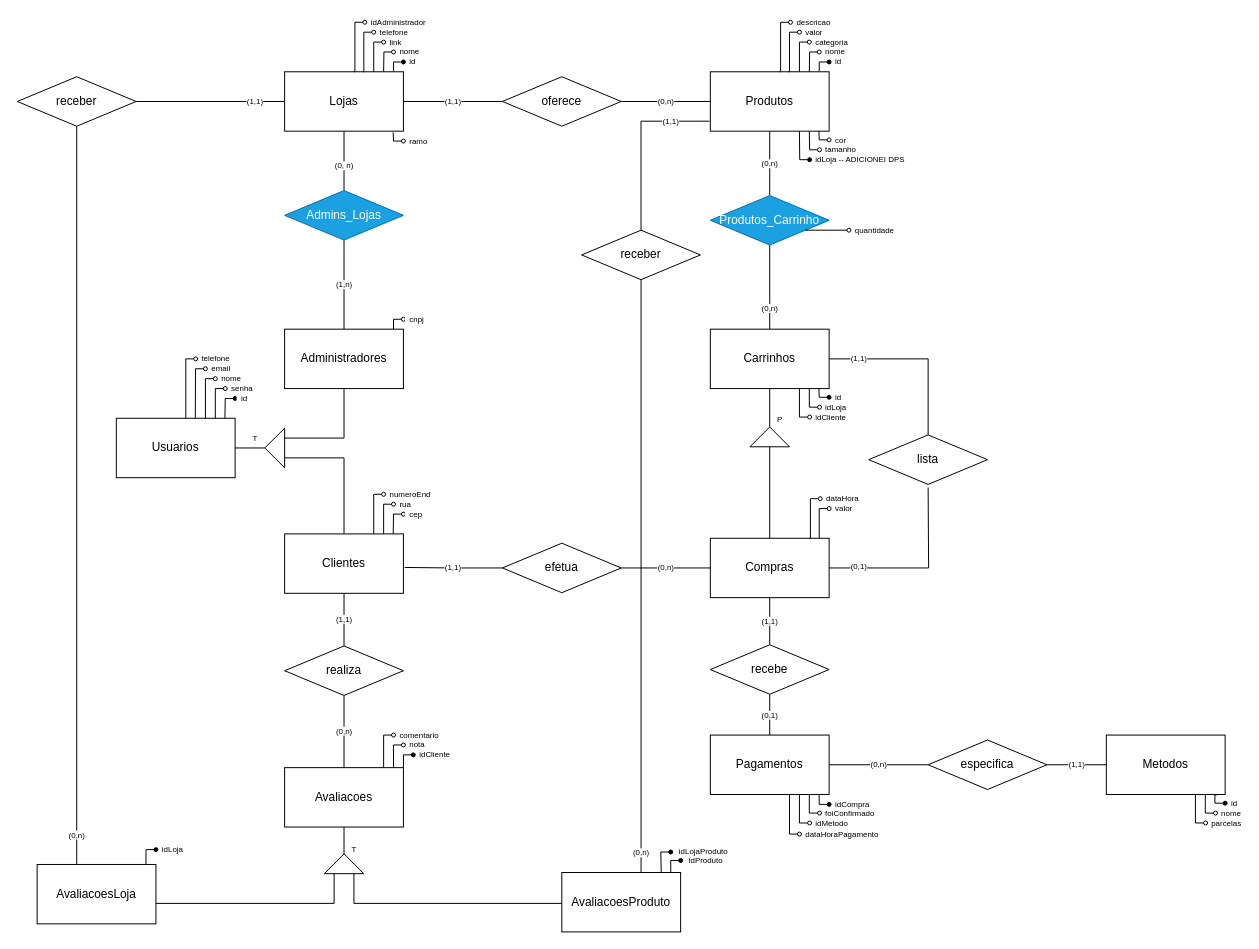
Earlier version of the draw.io diagram ERD.drawio (fsbertoglio/Banco_de_Dados). Source tidied: cells renumbered, new cells numbered last; positions are measured from the earlier drawing's top-left corner, leaving out a move shared by most shapes. Both pictures are drawn from the tidied source at 99%, with x=0, y=0 at pixel (17, 22).
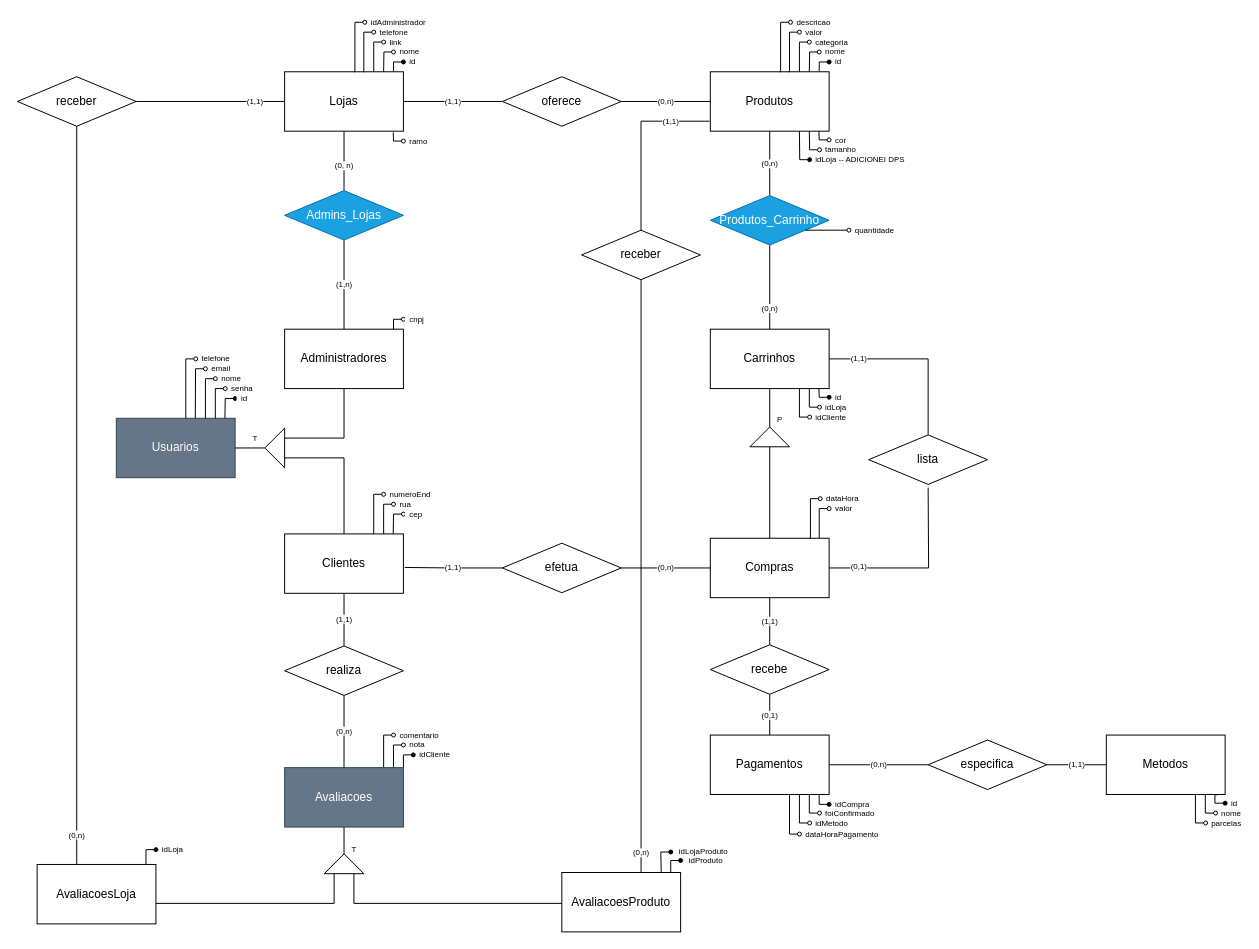
Above is the later version.

The edit, as a diff of the source:
```diff
@@
-    <mxCell id="31" value="Avaliacoes" style="rounded=0;whiteSpace=wrap;html=1;" parent="1" vertex="1">
+    <mxCell id="31" value="Avaliacoes" style="rounded=0;whiteSpace=wrap;html=1;fillColor=#647687;fontColor=#ffffff;strokeColor=#314354;" parent="1" vertex="1">
       <mxGeometry x="270" y="752.9" width="120" height="60" as="geometry" />
     </mxCell>
@@
-    <mxCell id="89" value="Usuarios" style="rounded=0;whiteSpace=wrap;html=1;" parent="1" vertex="1">
+    <mxCell id="89" value="Usuarios" style="rounded=0;whiteSpace=wrap;html=1;fillColor=#647687;fontColor=#ffffff;strokeColor=#314354;" parent="1" vertex="1">
       <mxGeometry x="100" y="400" width="120" height="60" as="geometry" />
     </mxCell>
```
